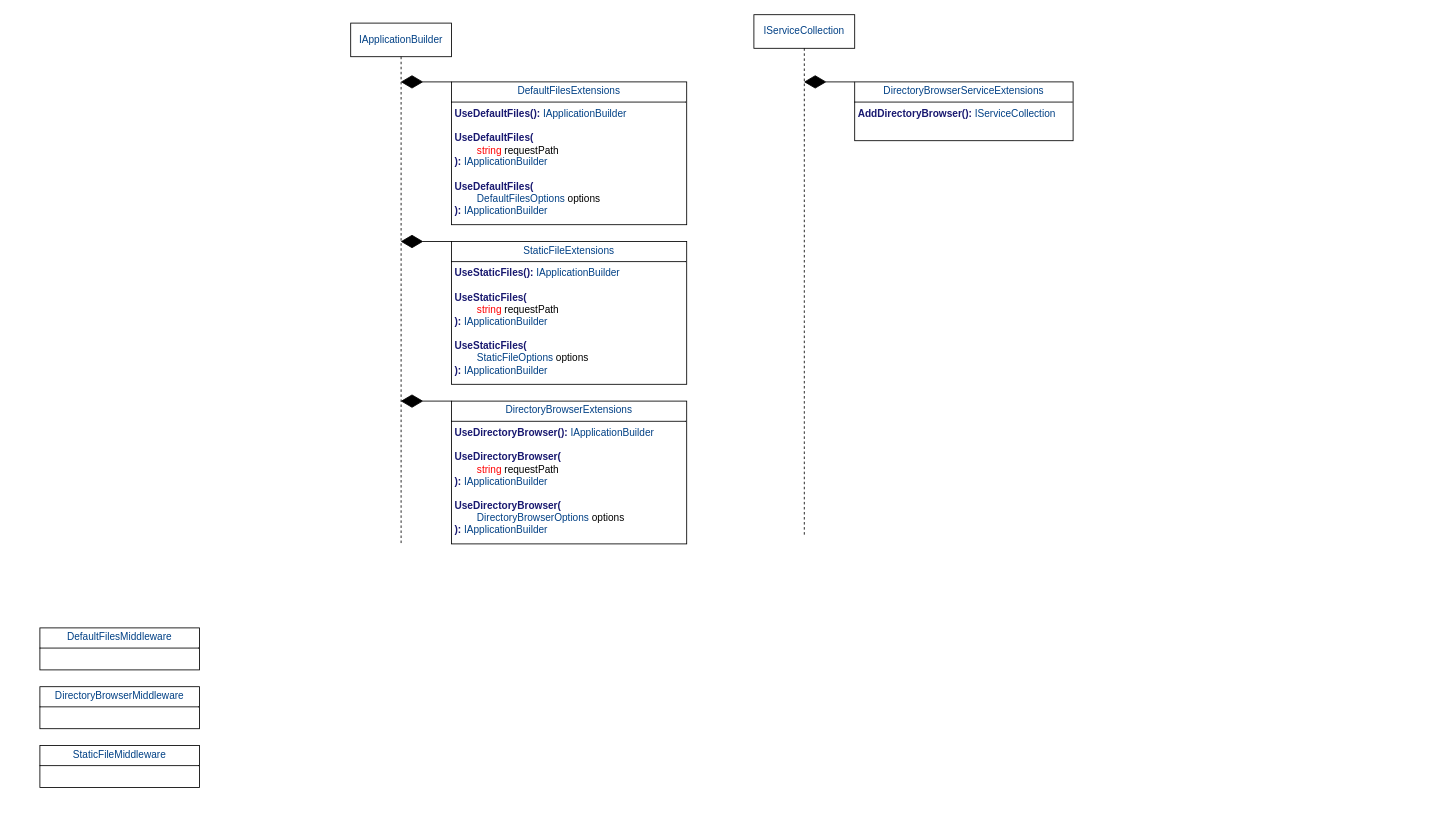
Earlier version of the draw.io diagram Middleware/Диаграмма без названия.drawio (KondyubaBA/AspNetCore-doc). Source tidied: cells renumbered, new cells numbered last; positions are measured from the earlier drawing's top-left corner, leaving out a move shared by most shapes. Both pictures are drawn from the tidied source at 84%, with x=0, y=0 at pixel (39, 14).
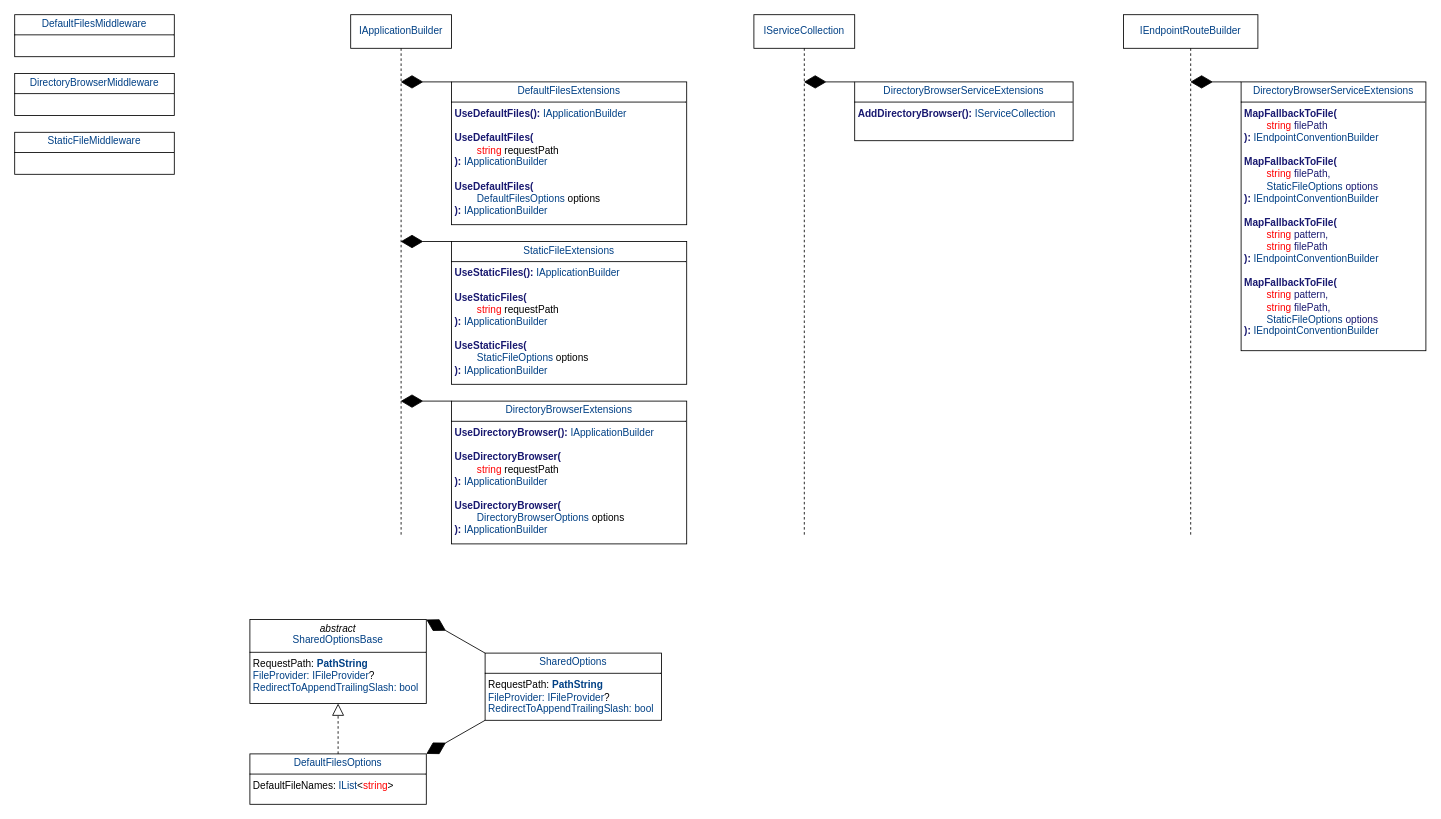
After the change.

Diff of the diagram source:
```diff
@@
     <mxCell id="8" value="&lt;p style=&quot;margin:0px;margin-top:4px;text-align:center;&quot;&gt;&lt;span style=&quot;color: rgb(0, 64, 133); background-color: transparent; text-align: left;&quot;&gt;DefaultFilesMiddleware&lt;/span&gt;&lt;/p&gt;&lt;hr size=&quot;1&quot; style=&quot;border-style:solid;&quot;&gt;&lt;p style=&quot;margin:0px;margin-left:4px;&quot;&gt;&lt;br&gt;&lt;/p&gt;" style="verticalAlign=top;align=left;overflow=fill;html=1;whiteSpace=wrap;" parent="1" vertex="1">
-      <mxGeometry y="730" width="190" height="50" as="geometry" />
+      <mxGeometry x="-30" width="190" height="50" as="geometry" />
     </mxCell>
     <mxCell id="9" value="&lt;p style=&quot;margin:0px;margin-top:4px;text-align:center;&quot;&gt;&lt;span style=&quot;color: rgb(0, 64, 133); background-color: transparent; text-align: left;&quot;&gt;DirectoryBrowserMiddleware&lt;/span&gt;&lt;/p&gt;&lt;hr size=&quot;1&quot; style=&quot;border-style:solid;&quot;&gt;&lt;p style=&quot;margin:0px;margin-left:4px;&quot;&gt;&lt;br&gt;&lt;/p&gt;" style="verticalAlign=top;align=left;overflow=fill;html=1;whiteSpace=wrap;" parent="1" vertex="1">
-      <mxGeometry y="800" width="190" height="50" as="geometry" />
+      <mxGeometry x="-30" y="70" width="190" height="50" as="geometry" />
     </mxCell>
     <mxCell id="10" value="&lt;p style=&quot;margin:0px;margin-top:4px;text-align:center;&quot;&gt;&lt;span style=&quot;color: rgb(0, 64, 133); background-color: transparent; text-align: left;&quot;&gt;StaticFileMiddleware&lt;/span&gt;&lt;/p&gt;&lt;hr size=&quot;1&quot; style=&quot;border-style:solid;&quot;&gt;&lt;p style=&quot;margin:0px;margin-left:4px;&quot;&gt;&lt;br&gt;&lt;/p&gt;" style="verticalAlign=top;align=left;overflow=fill;html=1;whiteSpace=wrap;" parent="1" vertex="1">
-      <mxGeometry y="870" width="190" height="50" as="geometry" />
+      <mxGeometry x="-30" y="140" width="190" height="50" as="geometry" />
     </mxCell>
     <mxCell id="11" value="&lt;span style=&quot;color: rgb(0, 64, 133);&quot;&gt;IApplicationBuilder&lt;/span&gt;" style="shape=umlLifeline;perimeter=lifelinePerimeter;whiteSpace=wrap;html=1;outlineConnect=0;portConstraint=eastwest;newEdgeStyle={&quot;curved&quot;:0,&quot;rounded&quot;:0};" parent="1" vertex="1">
-      <mxGeometry x="370" y="10" width="120" height="620" as="geometry" />
+      <mxGeometry x="370" width="120" height="620" as="geometry" />
     </mxCell>
@@
+    <mxCell id="15" value="&lt;span style=&quot;color: rgb(0, 64, 133);&quot;&gt;IEndpointRouteBuilder&lt;/span&gt;" style="shape=umlLifeline;perimeter=lifelinePerimeter;whiteSpace=wrap;html=1;outlineConnect=0;portConstraint=eastwest;newEdgeStyle={&quot;curved&quot;:0,&quot;rounded&quot;:0};" parent="1" vertex="1">
+      <mxGeometry x="1290" width="160" height="620" as="geometry" />
+    </mxCell>
+    <mxCell id="16" value="&lt;p style=&quot;margin:0px;margin-top:4px;text-align:center;&quot;&gt;&lt;span style=&quot;color: rgb(0, 64, 133); background-color: transparent; text-align: left;&quot;&gt;DirectoryBrowserServiceExtensions&lt;/span&gt;&lt;/p&gt;&lt;hr size=&quot;1&quot; style=&quot;border-style:solid;&quot;&gt;&lt;p style=&quot;margin:0px;margin-left:4px;&quot;&gt;&lt;span style=&quot;color: rgb(25, 25, 112); font-weight: bold;&quot;&gt;&lt;span style=&quot;background-color: transparent;&quot;&gt;MapFallbackToFile&lt;/span&gt;(&lt;/span&gt;&lt;/p&gt;&lt;p style=&quot;margin:0px;margin-left:4px;&quot;&gt;&lt;span style=&quot;background-color: transparent; color: rgb(25, 25, 112); font-weight: bold;&quot;&gt;&lt;span style=&quot;color: rgb(255, 0, 0); font-weight: normal;&quot;&gt;&lt;span style=&quot;white-space: pre;&quot;&gt;&#9;&lt;/span&gt;string&lt;/span&gt; &lt;span style=&quot;font-weight: normal;&quot;&gt;filePath&lt;/span&gt;&lt;/span&gt;&lt;/p&gt;&lt;p style=&quot;margin:0px;margin-left:4px;&quot;&gt;&lt;span style=&quot;background-color: transparent; color: rgb(25, 25, 112); font-weight: bold;&quot;&gt;):&amp;nbsp;&lt;/span&gt;&lt;span style=&quot;color: rgb(0, 64, 133); background-color: transparent;&quot;&gt;IEndpointConventionBuilder&lt;/span&gt;&lt;/p&gt;&lt;p style=&quot;margin:0px;margin-left:4px;&quot;&gt;&lt;span style=&quot;color: rgb(0, 64, 133); background-color: transparent;&quot;&gt;&lt;br&gt;&lt;/span&gt;&lt;/p&gt;&lt;p style=&quot;margin: 0px 0px 0px 4px;&quot;&gt;&lt;span style=&quot;color: rgb(25, 25, 112); font-weight: bold;&quot;&gt;&lt;span style=&quot;background-color: transparent;&quot;&gt;MapFallbackToFile&lt;/span&gt;(&lt;/span&gt;&lt;/p&gt;&lt;p style=&quot;margin: 0px 0px 0px 4px;&quot;&gt;&lt;span style=&quot;background-color: transparent; color: rgb(25, 25, 112); font-weight: bold;&quot;&gt;&lt;span style=&quot;color: rgb(255, 0, 0); font-weight: normal;&quot;&gt;&lt;span style=&quot;white-space: pre;&quot;&gt;&#9;&lt;/span&gt;string&lt;/span&gt;&amp;nbsp;&lt;span style=&quot;font-weight: normal;&quot;&gt;filePath,&lt;/span&gt;&lt;/span&gt;&lt;/p&gt;&lt;p style=&quot;margin: 0px 0px 0px 4px;&quot;&gt;&lt;span style=&quot;background-color: transparent; color: rgb(25, 25, 112); font-weight: bold;&quot;&gt;&lt;span style=&quot;color: rgb(0, 64, 133); font-weight: normal;&quot;&gt;&lt;span style=&quot;white-space: pre;&quot;&gt;&#9;&lt;/span&gt;StaticFileOptions&lt;/span&gt; &lt;span style=&quot;font-weight: normal;&quot;&gt;options&lt;/span&gt;&lt;span style=&quot;font-weight: normal;&quot;&gt;&lt;/span&gt;&lt;/span&gt;&lt;/p&gt;&lt;p style=&quot;margin: 0px 0px 0px 4px;&quot;&gt;&lt;span style=&quot;background-color: transparent; color: rgb(25, 25, 112); font-weight: bold;&quot;&gt;):&amp;nbsp;&lt;/span&gt;&lt;span style=&quot;color: rgb(0, 64, 133); background-color: transparent;&quot;&gt;IEndpointConventionBuilder&lt;/span&gt;&lt;/p&gt;&lt;p style=&quot;margin: 0px 0px 0px 4px;&quot;&gt;&lt;span style=&quot;color: rgb(0, 64, 133); background-color: transparent;&quot;&gt;&lt;br&gt;&lt;/span&gt;&lt;/p&gt;&lt;p style=&quot;margin: 0px 0px 0px 4px;&quot;&gt;&lt;span style=&quot;color: rgb(25, 25, 112); font-weight: bold;&quot;&gt;&lt;span style=&quot;background-color: transparent;&quot;&gt;MapFallbackToFile&lt;/span&gt;(&lt;/span&gt;&lt;/p&gt;&lt;p style=&quot;margin: 0px 0px 0px 4px;&quot;&gt;&lt;span style=&quot;color: rgb(25, 25, 112); font-weight: bold;&quot;&gt;&lt;span style=&quot;color: rgb(255, 0, 0); font-weight: normal;&quot;&gt;&lt;span style=&quot;white-space: pre;&quot;&gt;&#9;&lt;/span&gt;string&lt;/span&gt; &lt;span style=&quot;font-weight: normal;&quot;&gt;pattern,&lt;/span&gt;&lt;/span&gt;&lt;/p&gt;&lt;p style=&quot;margin: 0px 0px 0px 4px;&quot;&gt;&lt;span style=&quot;background-color: transparent; color: rgb(25, 25, 112); font-weight: bold;&quot;&gt;&lt;span style=&quot;color: rgb(255, 0, 0); font-weight: normal;&quot;&gt;&lt;span style=&quot;white-space: pre;&quot;&gt;&#9;&lt;/span&gt;string&lt;/span&gt;&amp;nbsp;&lt;span style=&quot;font-weight: normal;&quot;&gt;filePath&lt;/span&gt;&lt;/span&gt;&lt;/p&gt;&lt;p style=&quot;margin: 0px 0px 0px 4px;&quot;&gt;&lt;span style=&quot;color: rgb(0, 64, 133); background-color: transparent;&quot;&gt;&lt;/span&gt;&lt;/p&gt;&lt;p style=&quot;margin: 0px 0px 0px 4px;&quot;&gt;&lt;span style=&quot;background-color: transparent; color: rgb(25, 25, 112); font-weight: bold;&quot;&gt;):&amp;nbsp;&lt;/span&gt;&lt;span style=&quot;color: rgb(0, 64, 133); background-color: transparent;&quot;&gt;IEndpointConventionBuilder&lt;/span&gt;&lt;/p&gt;&lt;p style=&quot;margin: 0px 0px 0px 4px;&quot;&gt;&lt;span style=&quot;color: rgb(0, 64, 133); background-color: transparent;&quot;&gt;&lt;br&gt;&lt;/span&gt;&lt;/p&gt;&lt;p style=&quot;margin: 0px 0px 0px 4px;&quot;&gt;&lt;span style=&quot;color: rgb(25, 25, 112); font-weight: bold;&quot;&gt;&lt;span style=&quot;background-color: transparent;&quot;&gt;MapFallbackToFile&lt;/span&gt;(&lt;/span&gt;&lt;/p&gt;&lt;p style=&quot;margin: 0px 0px 0px 4px;&quot;&gt;&lt;span style=&quot;color: rgb(25, 25, 112); font-weight: bold;&quot;&gt;&lt;span style=&quot;color: rgb(255, 0, 0); font-weight: normal;&quot;&gt;&lt;span style=&quot;white-space: pre;&quot;&gt;&#9;&lt;/span&gt;string&lt;/span&gt;&amp;nbsp;&lt;span style=&quot;font-weight: normal;&quot;&gt;pattern,&lt;/span&gt;&lt;/span&gt;&lt;/p&gt;&lt;p style=&quot;margin: 0px 0px 0px 4px;&quot;&gt;&lt;span style=&quot;background-color: transparent; color: rgb(25, 25, 112); font-weight: bold;&quot;&gt;&lt;span style=&quot;color: rgb(255, 0, 0); font-weight: normal;&quot;&gt;&lt;span style=&quot;white-space: pre;&quot;&gt;&#9;&lt;/span&gt;string&lt;/span&gt;&amp;nbsp;&lt;span style=&quot;font-weight: normal;&quot;&gt;filePath,&lt;/span&gt;&lt;/span&gt;&lt;/p&gt;&lt;p style=&quot;margin: 0px 0px 0px 4px;&quot;&gt;&lt;span style=&quot;background-color: transparent; color: rgb(25, 25, 112); font-weight: bold;&quot;&gt;&lt;span style=&quot;color: rgb(0, 64, 133); font-weight: normal;&quot;&gt;&lt;span style=&quot;white-space: pre;&quot;&gt;&#9;&lt;/span&gt;StaticFileOptions&lt;/span&gt; &lt;span style=&quot;font-weight: normal;&quot;&gt;options&lt;/span&gt;&lt;span style=&quot;font-weight: normal;&quot;&gt;&lt;/span&gt;&lt;/span&gt;&lt;/p&gt;&lt;p style=&quot;margin: 0px 0px 0px 4px;&quot;&gt;&lt;span style=&quot;color: rgb(0, 64, 133); background-color: transparent;&quot;&gt;&lt;/span&gt;&lt;/p&gt;&lt;p style=&quot;margin: 0px 0px 0px 4px;&quot;&gt;&lt;span style=&quot;color: rgb(0, 64, 133); background-color: transparent;&quot;&gt;&lt;/span&gt;&lt;/p&gt;&lt;p style=&quot;margin: 0px 0px 0px 4px;&quot;&gt;&lt;span style=&quot;background-color: transparent; color: rgb(25, 25, 112); font-weight: bold;&quot;&gt;):&amp;nbsp;&lt;/span&gt;&lt;span style=&quot;color: rgb(0, 64, 133); background-color: transparent;&quot;&gt;IEndpointConventionBuilder&lt;/span&gt;&lt;/p&gt;" style="verticalAlign=top;align=left;overflow=fill;html=1;whiteSpace=wrap;" parent="1" vertex="1">
+      <mxGeometry x="1430" y="80" width="220" height="320" as="geometry" />
+    </mxCell>
+    <mxCell id="17" style="endArrow=diamondThin;endFill=1;endSize=24;html=1;rounded=0;exitX=0;exitY=0;exitDx=0;exitDy=0;" parent="1" edge="1" source="16" target="15">
+      <mxGeometry relative="1" as="geometry" />
+    </mxCell>
+    <mxCell id="18" value="&lt;p style=&quot;margin:0px;margin-top:4px;text-align:center;&quot;&gt;&lt;span style=&quot;color: rgb(0, 64, 133); background-color: transparent; text-align: left;&quot;&gt;DefaultFilesOptions&lt;/span&gt;&lt;/p&gt;&lt;hr size=&quot;1&quot; style=&quot;border-style:solid;&quot;&gt;&lt;p style=&quot;margin:0px;margin-left:4px;&quot;&gt;DefaultFileNames:&amp;nbsp;&lt;span style=&quot;background-color: transparent; color: rgb(0, 64, 133);&quot;&gt;IList&lt;/span&gt;&lt;span style=&quot;background-color: transparent; color: light-dark(rgb(0, 0, 0), rgb(255, 255, 255));&quot;&gt;&amp;lt;&lt;/span&gt;&lt;span style=&quot;background-color: transparent; color: rgb(255, 0, 0);&quot;&gt;string&lt;/span&gt;&lt;span style=&quot;background-color: transparent; color: light-dark(rgb(0, 0, 0), rgb(255, 255, 255));&quot;&gt;&amp;gt;&lt;/span&gt;&lt;/p&gt;" style="verticalAlign=top;align=left;overflow=fill;html=1;whiteSpace=wrap;" parent="1" vertex="1">
+      <mxGeometry x="250" y="880" width="210" height="60" as="geometry" />
+    </mxCell>
+    <mxCell id="19" value="&lt;p style=&quot;margin:0px;margin-top:4px;text-align:center;&quot;&gt;&lt;i&gt;abstract&lt;/i&gt;&lt;br&gt;&lt;span style=&quot;color: rgb(0, 64, 133); background-color: transparent; text-align: left;&quot;&gt;SharedOptionsBase&lt;/span&gt;&lt;/p&gt;&lt;hr size=&quot;1&quot; style=&quot;border-style:solid;&quot;&gt;&lt;p style=&quot;margin:0px;margin-left:4px;&quot;&gt;RequestPath:&amp;nbsp;&lt;span style=&quot;color: rgb(0, 64, 133); font-weight: bold; background-color: transparent;&quot;&gt;PathString&lt;/span&gt;&lt;/p&gt;&lt;p style=&quot;margin:0px;margin-left:4px;&quot;&gt;&lt;span style=&quot;color: rgb(0, 64, 133); font-weight: bold; background-color: transparent;&quot;&gt;&lt;span style=&quot;font-weight: normal;&quot;&gt;FileProvider:&amp;nbsp;&lt;/span&gt;&lt;/span&gt;&lt;span style=&quot;background-color: transparent; color: rgb(0, 64, 133);&quot;&gt;IFileProvider&lt;/span&gt;&lt;span style=&quot;background-color: transparent; color: light-dark(rgb(0, 0, 0), rgb(255, 255, 255));&quot;&gt;?&lt;/span&gt;&lt;/p&gt;&lt;p style=&quot;margin:0px;margin-left:4px;&quot;&gt;&lt;span style=&quot;color: rgb(0, 64, 133); font-weight: bold; background-color: transparent;&quot;&gt;&lt;span style=&quot;font-weight: normal;&quot;&gt;RedirectToAppendTrailingSlash: bool&lt;/span&gt;&lt;/span&gt;&lt;/p&gt;&lt;p style=&quot;margin:0px;margin-left:4px;&quot;&gt;&lt;span style=&quot;color: rgb(0, 64, 133); font-weight: bold; background-color: transparent;&quot;&gt;&lt;br&gt;&lt;/span&gt;&lt;/p&gt;" style="verticalAlign=top;align=left;overflow=fill;html=1;whiteSpace=wrap;" parent="1" vertex="1">
+      <mxGeometry x="250" y="720" width="210" height="100" as="geometry" />
+    </mxCell>
+    <mxCell id="20" style="endArrow=block;dashed=1;endFill=0;endSize=12;html=1;rounded=0;entryX=0.5;entryY=1;entryDx=0;entryDy=0;exitX=0.5;exitY=0;exitDx=0;exitDy=0;" parent="1" edge="1" source="18" target="19">
+      <mxGeometry relative="1" as="geometry" />
+    </mxCell>
+    <mxCell id="21" value="&lt;p style=&quot;margin:0px;margin-top:4px;text-align:center;&quot;&gt;&lt;span style=&quot;color: rgb(0, 64, 133); background-color: transparent; text-align: left;&quot;&gt;SharedOptions&lt;/span&gt;&lt;/p&gt;&lt;hr size=&quot;1&quot; style=&quot;border-style:solid;&quot;&gt;&lt;p style=&quot;margin: 0px 0px 0px 4px;&quot;&gt;RequestPath:&amp;nbsp;&lt;span style=&quot;color: rgb(0, 64, 133); font-weight: bold; background-color: transparent;&quot;&gt;PathString&lt;/span&gt;&lt;/p&gt;&lt;p style=&quot;margin: 0px 0px 0px 4px;&quot;&gt;&lt;span style=&quot;color: rgb(0, 64, 133); font-weight: bold; background-color: transparent;&quot;&gt;&lt;span style=&quot;font-weight: normal;&quot;&gt;FileProvider:&amp;nbsp;&lt;/span&gt;&lt;/span&gt;&lt;span style=&quot;background-color: transparent; color: rgb(0, 64, 133);&quot;&gt;IFileProvider&lt;/span&gt;&lt;span style=&quot;background-color: transparent; color: light-dark(rgb(0, 0, 0), rgb(255, 255, 255));&quot;&gt;?&lt;/span&gt;&lt;/p&gt;&lt;p style=&quot;margin: 0px 0px 0px 4px;&quot;&gt;&lt;span style=&quot;color: rgb(0, 64, 133); font-weight: bold; background-color: transparent;&quot;&gt;&lt;span style=&quot;font-weight: normal;&quot;&gt;RedirectToAppendTrailingSlash: bool&lt;/span&gt;&lt;/span&gt;&lt;/p&gt;&lt;p style=&quot;margin:0px;margin-left:4px;&quot;&gt;&lt;span style=&quot;color: rgb(0, 64, 133); font-weight: bold; background-color: transparent;&quot;&gt;&lt;br&gt;&lt;/span&gt;&lt;/p&gt;" style="verticalAlign=top;align=left;overflow=fill;html=1;whiteSpace=wrap;" parent="1" vertex="1">
+      <mxGeometry x="530" y="760" width="210" height="80" as="geometry" />
+    </mxCell>
+    <mxCell id="22" style="endArrow=diamondThin;endFill=1;endSize=24;html=1;rounded=0;entryX=1;entryY=0;entryDx=0;entryDy=0;exitX=0;exitY=1;exitDx=0;exitDy=0;" parent="1" edge="1" source="21" target="18">
+      <mxGeometry relative="1" as="geometry" />
+    </mxCell>
+    <mxCell id="23" style="endArrow=diamondThin;endFill=1;endSize=24;html=1;rounded=0;entryX=1;entryY=0;entryDx=0;entryDy=0;exitX=0;exitY=0;exitDx=0;exitDy=0;" parent="1" edge="1" source="21" target="19">
+      <mxGeometry relative="1" as="geometry" />
+    </mxCell>
```
